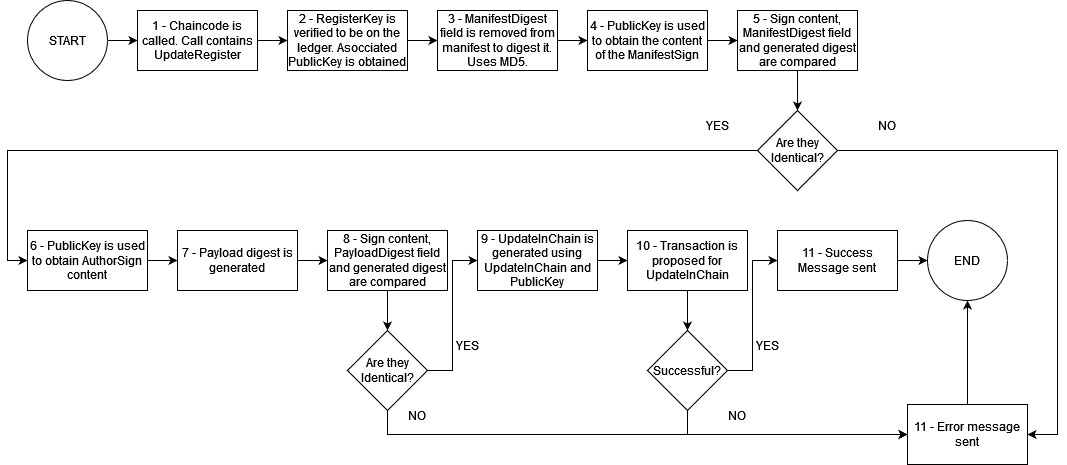
Above: Design/BlockchainApplication/RegisterChaincodes/UpdateRegisterChaincode.drawio.png in sfl0r3nz05/DistributedBchFWArchIoT (draw.io), before the change. Source tidied: cells renumbered, new cells last; positions are measured from the earlier drawing's top-left corner, leaving out a move shared by most shapes. The source it was exported from:
```xml
<mxGraphModel>
  <root>
    <mxCell id="0" />
    <mxCell id="1" parent="0" />
    <mxCell id="2" style="edgeStyle=orthogonalEdgeStyle;rounded=0;jettySize=auto;html=1;exitX=1;exitY=0.5;exitDx=0;exitDy=0;entryX=0;entryY=0.5;entryDx=0;entryDy=0;" parent="1" edge="1" source="3" target="5">
      <mxGeometry relative="1" as="geometry" />
    </mxCell>
    <mxCell id="3" value="START" style="ellipse;whiteSpace=wrap;html=1;" parent="1" vertex="1">
      <mxGeometry width="80" height="80" as="geometry" />
    </mxCell>
    <mxCell id="4" style="edgeStyle=orthogonalEdgeStyle;rounded=0;jettySize=auto;html=1;exitX=1;exitY=0.5;exitDx=0;exitDy=0;entryX=0;entryY=0.5;entryDx=0;entryDy=0;" parent="1" edge="1" source="5" target="7">
      <mxGeometry relative="1" as="geometry" />
    </mxCell>
    <mxCell id="5" value="1 - Chaincode is called. Call contains UpdateRegister" style="rounded=0;whiteSpace=wrap;html=1;" parent="1" vertex="1">
      <mxGeometry x="110" y="10" width="120" height="60" as="geometry" />
    </mxCell>
    <mxCell id="6" style="edgeStyle=orthogonalEdgeStyle;rounded=0;jettySize=auto;html=1;exitX=1;exitY=0.5;exitDx=0;exitDy=0;entryX=0;entryY=0.5;entryDx=0;entryDy=0;" parent="1" edge="1" source="7" target="9">
      <mxGeometry relative="1" as="geometry" />
    </mxCell>
    <mxCell id="7" value="2 - RegisterKey is verified to be on the ledger. Asocciated PublicKey is obtained" style="rounded=0;whiteSpace=wrap;html=1;" parent="1" vertex="1">
      <mxGeometry x="260" y="10" width="120" height="60" as="geometry" />
    </mxCell>
    <mxCell id="8" style="edgeStyle=orthogonalEdgeStyle;rounded=0;jettySize=auto;html=1;exitX=1;exitY=0.5;exitDx=0;exitDy=0;entryX=0;entryY=0.5;entryDx=0;entryDy=0;" parent="1" edge="1" source="9" target="11">
      <mxGeometry relative="1" as="geometry" />
    </mxCell>
    <mxCell id="9" value="3 - ManifestDigest field is removed from manifest to digest it. Uses MD5." style="rounded=0;whiteSpace=wrap;html=1;" parent="1" vertex="1">
      <mxGeometry x="410" y="10" width="120" height="60" as="geometry" />
    </mxCell>
    <mxCell id="10" style="edgeStyle=orthogonalEdgeStyle;rounded=0;jettySize=auto;html=1;exitX=1;exitY=0.5;exitDx=0;exitDy=0;entryX=0;entryY=0.5;entryDx=0;entryDy=0;" parent="1" edge="1" source="11" target="13">
      <mxGeometry relative="1" as="geometry" />
    </mxCell>
    <mxCell id="11" value="4 - PublicKey is used to obtain the content of the ManifestSign" style="rounded=0;whiteSpace=wrap;html=1;" parent="1" vertex="1">
      <mxGeometry x="560" y="10" width="120" height="60" as="geometry" />
    </mxCell>
    <mxCell id="12" style="edgeStyle=orthogonalEdgeStyle;rounded=0;jettySize=auto;html=1;exitX=0.5;exitY=1;exitDx=0;exitDy=0;entryX=0.5;entryY=0;entryDx=0;entryDy=0;" parent="1" edge="1" source="13" target="16">
      <mxGeometry relative="1" as="geometry" />
    </mxCell>
    <mxCell id="13" value="5 - Sign content, ManifestDigest field and generated digest are compared" style="rounded=0;whiteSpace=wrap;html=1;" parent="1" vertex="1">
      <mxGeometry x="710" y="10" width="120" height="60" as="geometry" />
    </mxCell>
    <mxCell id="14" style="edgeStyle=orthogonalEdgeStyle;rounded=0;jettySize=auto;html=1;exitX=0;exitY=0.5;exitDx=0;exitDy=0;entryX=0;entryY=0.5;entryDx=0;entryDy=0;" parent="1" edge="1" source="16" target="18">
      <mxGeometry relative="1" as="geometry" />
    </mxCell>
    <mxCell id="15" style="edgeStyle=orthogonalEdgeStyle;rounded=0;jettySize=auto;html=1;exitX=1;exitY=0.5;exitDx=0;exitDy=0;entryX=1;entryY=0.5;entryDx=0;entryDy=0;" parent="1" edge="1" source="16" target="21">
      <mxGeometry relative="1" as="geometry">
        <Array as="points">
          <mxPoint x="1030" y="150" />
          <mxPoint x="1030" y="434" />
        </Array>
      </mxGeometry>
    </mxCell>
    <mxCell id="16" value="Are they Identical?" style="rhombus;whiteSpace=wrap;html=1;" parent="1" vertex="1">
      <mxGeometry x="730" y="110" width="80" height="80" as="geometry" />
    </mxCell>
    <mxCell id="17" style="edgeStyle=orthogonalEdgeStyle;rounded=0;jettySize=auto;html=1;exitX=1;exitY=0.5;exitDx=0;exitDy=0;entryX=0;entryY=0.5;entryDx=0;entryDy=0;" parent="1" edge="1" source="18" target="24">
      <mxGeometry relative="1" as="geometry" />
    </mxCell>
    <mxCell id="18" value="6 - PublicKey is used to obtain AuthorSign content" style="rounded=0;whiteSpace=wrap;html=1;" parent="1" vertex="1">
      <mxGeometry y="230" width="120" height="60" as="geometry" />
    </mxCell>
    <mxCell id="19" value="YES" style="text;html=1;strokeColor=none;fillColor=none;align=center;verticalAlign=middle;whiteSpace=wrap;rounded=0;" parent="1" vertex="1">
      <mxGeometry x="660" y="110" width="60" height="30" as="geometry" />
    </mxCell>
    <mxCell id="20" style="edgeStyle=orthogonalEdgeStyle;rounded=0;jettySize=auto;html=1;exitX=0.5;exitY=0;exitDx=0;exitDy=0;entryX=0.5;entryY=1;entryDx=0;entryDy=0;" parent="1" edge="1" source="21" target="43">
      <mxGeometry relative="1" as="geometry" />
    </mxCell>
    <mxCell id="21" value="11 - Error message sent" style="rounded=0;whiteSpace=wrap;html=1;" parent="1" vertex="1">
      <mxGeometry x="880" y="404" width="120" height="60" as="geometry" />
    </mxCell>
    <mxCell id="22" value="NO" style="text;html=1;strokeColor=none;fillColor=none;align=center;verticalAlign=middle;whiteSpace=wrap;rounded=0;" parent="1" vertex="1">
      <mxGeometry x="830" y="110" width="60" height="30" as="geometry" />
    </mxCell>
    <mxCell id="23" style="edgeStyle=orthogonalEdgeStyle;rounded=0;jettySize=auto;html=1;exitX=1;exitY=0.5;exitDx=0;exitDy=0;entryX=0;entryY=0.5;entryDx=0;entryDy=0;" parent="1" edge="1" source="24" target="26">
      <mxGeometry relative="1" as="geometry" />
    </mxCell>
    <mxCell id="24" value="7 - Payload digest is generated" style="rounded=0;whiteSpace=wrap;html=1;" parent="1" vertex="1">
      <mxGeometry x="150" y="230" width="120" height="60" as="geometry" />
    </mxCell>
    <mxCell id="25" style="edgeStyle=orthogonalEdgeStyle;rounded=0;jettySize=auto;html=1;exitX=0.5;exitY=1;exitDx=0;exitDy=0;entryX=0.5;entryY=0;entryDx=0;entryDy=0;" parent="1" edge="1" source="26" target="29">
      <mxGeometry relative="1" as="geometry" />
    </mxCell>
    <mxCell id="26" value="8 - Sign content, PayloadDigest field and generated digest are compared" style="rounded=0;whiteSpace=wrap;html=1;" parent="1" vertex="1">
      <mxGeometry x="300" y="230" width="120" height="60" as="geometry" />
    </mxCell>
    <mxCell id="27" style="edgeStyle=orthogonalEdgeStyle;rounded=0;jettySize=auto;html=1;exitX=1;exitY=0.5;exitDx=0;exitDy=0;entryX=0;entryY=0.5;entryDx=0;entryDy=0;" parent="1" edge="1" source="29" target="31">
      <mxGeometry relative="1" as="geometry" />
    </mxCell>
    <mxCell id="28" style="edgeStyle=orthogonalEdgeStyle;rounded=0;jettySize=auto;html=1;exitX=0.5;exitY=1;exitDx=0;exitDy=0;entryX=0;entryY=0.5;entryDx=0;entryDy=0;" parent="1" edge="1" source="29" target="21">
      <mxGeometry relative="1" as="geometry" />
    </mxCell>
    <mxCell id="29" value="Are they Identical?" style="rhombus;whiteSpace=wrap;html=1;" parent="1" vertex="1">
      <mxGeometry x="320" y="330" width="80" height="80" as="geometry" />
    </mxCell>
    <mxCell id="30" style="edgeStyle=orthogonalEdgeStyle;rounded=0;jettySize=auto;html=1;exitX=1;exitY=0.5;exitDx=0;exitDy=0;entryX=0;entryY=0.5;entryDx=0;entryDy=0;" parent="1" edge="1" source="31">
      <mxGeometry relative="1" as="geometry">
        <mxPoint x="600" y="260" as="targetPoint" />
      </mxGeometry>
    </mxCell>
    <mxCell id="31" value="9 - UpdateInChain is generated using UpdateInChain and PublicKey" style="rounded=0;whiteSpace=wrap;html=1;" parent="1" vertex="1">
      <mxGeometry x="450" y="230" width="120" height="60" as="geometry" />
    </mxCell>
    <mxCell id="32" value="YES" style="text;html=1;strokeColor=none;fillColor=none;align=center;verticalAlign=middle;whiteSpace=wrap;rounded=0;" parent="1" vertex="1">
      <mxGeometry x="410" y="330" width="60" height="30" as="geometry" />
    </mxCell>
    <mxCell id="33" value="NO" style="text;html=1;strokeColor=none;fillColor=none;align=center;verticalAlign=middle;whiteSpace=wrap;rounded=0;" parent="1" vertex="1">
      <mxGeometry x="360" y="400" width="60" height="30" as="geometry" />
    </mxCell>
    <mxCell id="34" style="edgeStyle=orthogonalEdgeStyle;rounded=0;jettySize=auto;html=1;exitX=0.5;exitY=1;exitDx=0;exitDy=0;entryX=0.5;entryY=0;entryDx=0;entryDy=0;" parent="1" edge="1" source="35" target="38">
      <mxGeometry relative="1" as="geometry" />
    </mxCell>
    <mxCell id="35" value="10 - Transaction is proposed for UpdateInChain" style="rounded=0;whiteSpace=wrap;html=1;" parent="1" vertex="1">
      <mxGeometry x="600" y="230" width="120" height="60" as="geometry" />
    </mxCell>
    <mxCell id="36" style="edgeStyle=orthogonalEdgeStyle;rounded=0;jettySize=auto;html=1;exitX=1;exitY=0.5;exitDx=0;exitDy=0;entryX=0;entryY=0.5;entryDx=0;entryDy=0;" parent="1" edge="1" source="38" target="40">
      <mxGeometry relative="1" as="geometry" />
    </mxCell>
    <mxCell id="37" style="edgeStyle=orthogonalEdgeStyle;rounded=0;jettySize=auto;html=1;exitX=0.5;exitY=1;exitDx=0;exitDy=0;entryX=0;entryY=0.5;entryDx=0;entryDy=0;" parent="1" edge="1" source="38" target="21">
      <mxGeometry relative="1" as="geometry" />
    </mxCell>
    <mxCell id="38" value="Successful?" style="rhombus;whiteSpace=wrap;html=1;" parent="1" vertex="1">
      <mxGeometry x="620" y="330" width="80" height="80" as="geometry" />
    </mxCell>
    <mxCell id="39" style="edgeStyle=orthogonalEdgeStyle;rounded=0;jettySize=auto;html=1;exitX=1;exitY=0.5;exitDx=0;exitDy=0;entryX=0;entryY=0.5;entryDx=0;entryDy=0;" parent="1" edge="1" source="40">
      <mxGeometry relative="1" as="geometry">
        <mxPoint x="900" y="260" as="targetPoint" />
      </mxGeometry>
    </mxCell>
    <mxCell id="40" value="11 - Success Message sent" style="rounded=0;whiteSpace=wrap;html=1;" parent="1" vertex="1">
      <mxGeometry x="750" y="230" width="120" height="60" as="geometry" />
    </mxCell>
    <mxCell id="41" value="YES" style="text;html=1;strokeColor=none;fillColor=none;align=center;verticalAlign=middle;whiteSpace=wrap;rounded=0;" parent="1" vertex="1">
      <mxGeometry x="710" y="330" width="60" height="30" as="geometry" />
    </mxCell>
    <mxCell id="42" value="NO" style="text;html=1;strokeColor=none;fillColor=none;align=center;verticalAlign=middle;whiteSpace=wrap;rounded=0;" parent="1" vertex="1">
      <mxGeometry x="680" y="400" width="60" height="30" as="geometry" />
    </mxCell>
    <mxCell id="43" value="END" style="ellipse;whiteSpace=wrap;html=1;" parent="1" vertex="1">
      <mxGeometry x="900" y="220" width="80" height="80" as="geometry" />
    </mxCell>
  </root>
</mxGraphModel>
```
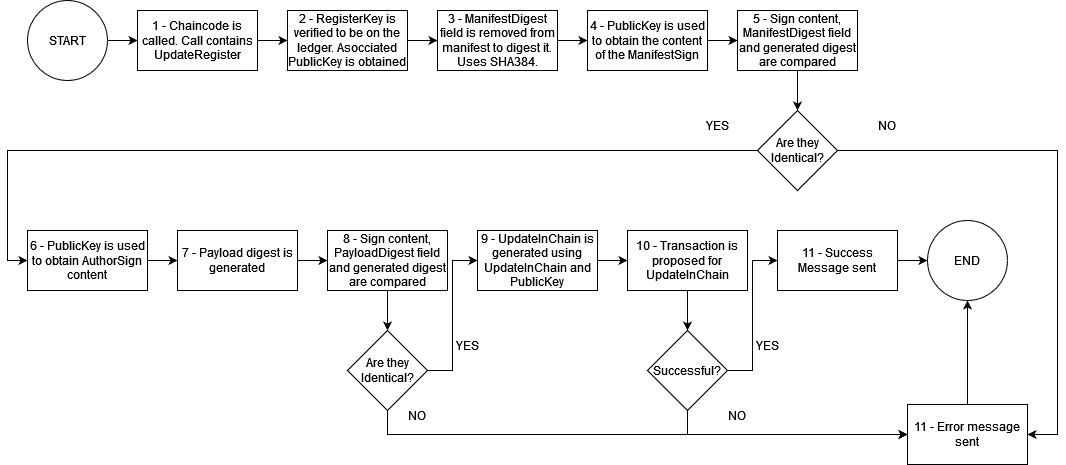
The same file after the commit.

Commit message:
SHA 384 updated, Manifest desc updated

What changed in the source:
```diff
@@ -23,7 +23,7 @@
     <mxCell id="8" style="edgeStyle=orthogonalEdgeStyle;rounded=0;jettySize=auto;html=1;exitX=1;exitY=0.5;exitDx=0;exitDy=0;entryX=0;entryY=0.5;entryDx=0;entryDy=0;" parent="1" edge="1" source="9" target="11">
       <mxGeometry relative="1" as="geometry" />
     </mxCell>
-    <mxCell id="9" value="3 - ManifestDigest field is removed from manifest to digest it. Uses MD5." style="rounded=0;whiteSpace=wrap;html=1;" parent="1" vertex="1">
+    <mxCell id="9" value="3 - ManifestDigest field is removed from manifest to digest it. Uses SHA384." style="rounded=0;whiteSpace=wrap;html=1;" parent="1" vertex="1">
       <mxGeometry x="410" y="10" width="120" height="60" as="geometry" />
     </mxCell>
     <mxCell id="10" style="edgeStyle=orthogonalEdgeStyle;rounded=0;jettySize=auto;html=1;exitX=1;exitY=0.5;exitDx=0;exitDy=0;entryX=0;entryY=0.5;entryDx=0;entryDy=0;" parent="1" edge="1" source="11" target="13">
```
